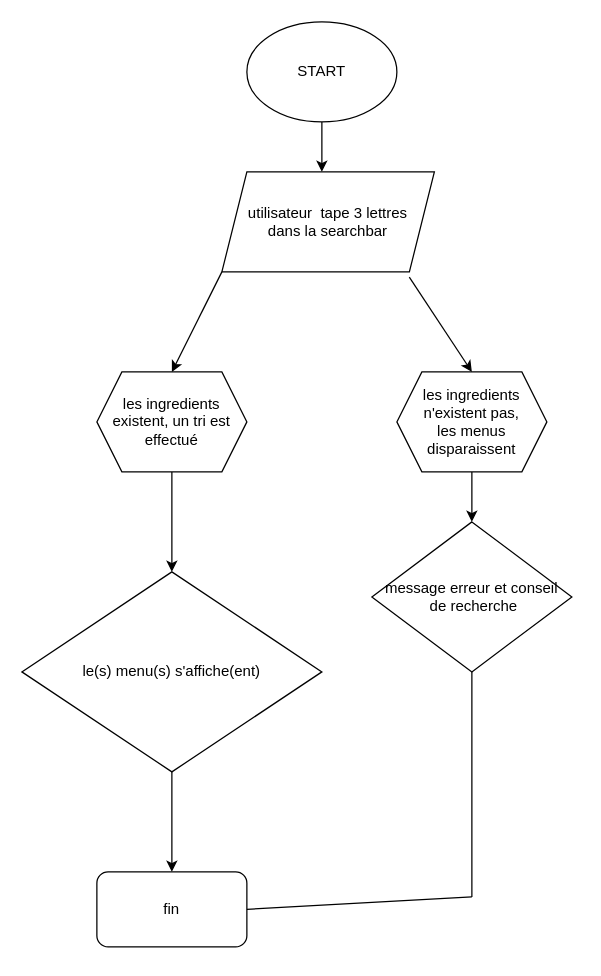
k2rDev75/test_les_petits_plats keeps this draw.io diagram as scripts/Algo.drawio. Above is the earlier version. Source tidied: cells renumbered, new cells numbered last; positions are measured from the earlier drawing's top-left corner, leaving out a move shared by most shapes. Both pictures are drawn from the tidied source at 125%, with x=0, y=0 at pixel (21, 21).
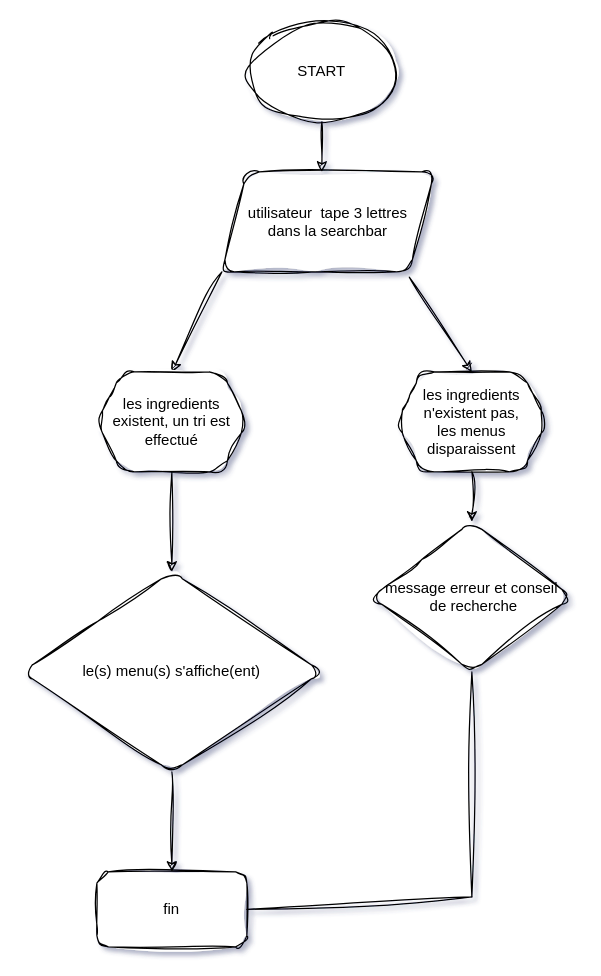
The same diagram, later.

Commit message (it also covers changes not shown here):
Ajout des commentaires dans le code algo 2

Change to the diagram source:
```diff
@@
-<mxGraphModel>
+<mxGraphModel shadow="1">
@@
-    <mxCell id="2" value="START" style="ellipse;whiteSpace=wrap;html=1;" parent="1" vertex="1">
+    <mxCell id="2" value="START" style="ellipse;whiteSpace=wrap;html=1;rounded=1;sketch=1;curveFitting=1;jiggle=2;" parent="1" vertex="1">
       <mxGeometry x="180" width="120" height="80" as="geometry" />
     </mxCell>
-    <mxCell id="3" style="endArrow=classic;html=1;exitX=0.5;exitY=1;exitDx=0;exitDy=0;" parent="1" edge="1" source="2">
+    <mxCell id="3" style="endArrow=classic;html=1;exitX=0.5;exitY=1;exitDx=0;exitDy=0;sketch=1;curveFitting=1;jiggle=2;rounded=1;" parent="1" edge="1" source="2">
       <mxGeometry relative="1" as="geometry">
         <mxPoint x="240" y="120" as="targetPoint" />
       </mxGeometry>
     </mxCell>
-    <mxCell id="4" value="utilisateur&amp;nbsp; tape 3 lettres&lt;br&gt;dans la searchbar" style="shape=parallelogram;perimeter=parallelogramPerimeter;whiteSpace=wrap;html=1;fixedSize=1;" parent="1" vertex="1">
+    <mxCell id="4" value="utilisateur&amp;nbsp; tape 3 lettres&lt;br&gt;dans la searchbar" style="shape=parallelogram;perimeter=parallelogramPerimeter;whiteSpace=wrap;html=1;fixedSize=1;rounded=1;sketch=1;curveFitting=1;jiggle=2;" parent="1" vertex="1">
       <mxGeometry x="160" y="120" width="170" height="80" as="geometry" />
     </mxCell>
-    <mxCell id="5" style="endArrow=classic;html=1;exitX=0;exitY=1;exitDx=0;exitDy=0;" parent="1" edge="1" source="4">
+    <mxCell id="5" style="endArrow=classic;html=1;exitX=0;exitY=1;exitDx=0;exitDy=0;sketch=1;curveFitting=1;jiggle=2;rounded=1;" parent="1" edge="1" source="4">
       <mxGeometry relative="1" as="geometry">
         <mxPoint x="120" y="280" as="targetPoint" />
       </mxGeometry>
     </mxCell>
-    <mxCell id="6" value="les ingredients existent, un tri est effectué" style="shape=hexagon;perimeter=hexagonPerimeter2;whiteSpace=wrap;html=1;fixedSize=1;" parent="1" vertex="1">
+    <mxCell id="6" value="les ingredients existent, un tri est effectué" style="shape=hexagon;perimeter=hexagonPerimeter2;whiteSpace=wrap;html=1;fixedSize=1;rounded=1;sketch=1;curveFitting=1;jiggle=2;" parent="1" vertex="1">
       <mxGeometry x="60" y="280" width="120" height="80" as="geometry" />
     </mxCell>
-    <mxCell id="7" style="endArrow=classic;html=1;exitX=0.882;exitY=1.053;exitDx=0;exitDy=0;exitPerimeter=0;" parent="1" edge="1" source="4">
+    <mxCell id="7" style="endArrow=classic;html=1;exitX=0.882;exitY=1.053;exitDx=0;exitDy=0;exitPerimeter=0;sketch=1;curveFitting=1;jiggle=2;rounded=1;" parent="1" edge="1" source="4">
       <mxGeometry relative="1" as="geometry">
         <mxPoint x="360" y="280" as="targetPoint" />
       </mxGeometry>
     </mxCell>
-    <mxCell id="8" value="les ingredients n'existent pas,&lt;br&gt;les menus disparaissent" style="shape=hexagon;perimeter=hexagonPerimeter2;whiteSpace=wrap;html=1;fixedSize=1;" parent="1" vertex="1">
+    <mxCell id="8" value="les ingredients n'existent pas,&lt;br&gt;les menus disparaissent" style="shape=hexagon;perimeter=hexagonPerimeter2;whiteSpace=wrap;html=1;fixedSize=1;rounded=1;sketch=1;curveFitting=1;jiggle=2;" parent="1" vertex="1">
       <mxGeometry x="300" y="280" width="120" height="80" as="geometry" />
     </mxCell>
-    <mxCell id="9" style="endArrow=classic;html=1;exitX=0.5;exitY=1;exitDx=0;exitDy=0;" parent="1" edge="1" source="8" target="10">
+    <mxCell id="9" style="endArrow=classic;html=1;exitX=0.5;exitY=1;exitDx=0;exitDy=0;sketch=1;curveFitting=1;jiggle=2;rounded=1;" parent="1" edge="1" source="8" target="10">
       <mxGeometry relative="1" as="geometry" />
     </mxCell>
-    <mxCell id="10" value="message erreur et conseil&lt;br&gt;&amp;nbsp;de recherche" style="rhombus;whiteSpace=wrap;html=1;" parent="1" vertex="1">
+    <mxCell id="10" value="message erreur et conseil&lt;br&gt;&amp;nbsp;de recherche" style="rhombus;whiteSpace=wrap;html=1;rounded=1;sketch=1;curveFitting=1;jiggle=2;" parent="1" vertex="1">
       <mxGeometry x="280" y="400" width="160" height="120" as="geometry" />
     </mxCell>
-    <mxCell id="11" style="endArrow=classic;html=1;exitX=0.5;exitY=1;exitDx=0;exitDy=0;" parent="1" edge="1" source="6">
+    <mxCell id="11" style="endArrow=classic;html=1;exitX=0.5;exitY=1;exitDx=0;exitDy=0;sketch=1;curveFitting=1;jiggle=2;rounded=1;" parent="1" edge="1" source="6">
       <mxGeometry relative="1" as="geometry">
         <mxPoint x="120" y="440" as="targetPoint" />
       </mxGeometry>
     </mxCell>
-    <mxCell id="12" value="le(s) menu(s) s'affiche(ent)&lt;br&gt;" style="rhombus;whiteSpace=wrap;html=1;" parent="1" vertex="1">
+    <mxCell id="12" value="le(s) menu(s) s'affiche(ent)&lt;br&gt;" style="rhombus;whiteSpace=wrap;html=1;rounded=1;sketch=1;curveFitting=1;jiggle=2;" parent="1" vertex="1">
       <mxGeometry y="440" width="240" height="160" as="geometry" />
     </mxCell>
-    <mxCell id="13" style="endArrow=classic;html=1;exitX=0.5;exitY=1;exitDx=0;exitDy=0;" parent="1" edge="1" source="12">
+    <mxCell id="13" style="endArrow=classic;html=1;exitX=0.5;exitY=1;exitDx=0;exitDy=0;sketch=1;curveFitting=1;jiggle=2;rounded=1;" parent="1" edge="1" source="12">
       <mxGeometry relative="1" as="geometry">
         <mxPoint x="120" y="680" as="targetPoint" />
       </mxGeometry>
     </mxCell>
-    <mxCell id="14" value="fin" style="rounded=1;whiteSpace=wrap;html=1;" parent="1" vertex="1">
+    <mxCell id="14" value="fin" style="rounded=1;whiteSpace=wrap;html=1;sketch=1;curveFitting=1;jiggle=2;" parent="1" vertex="1">
       <mxGeometry x="60" y="680" width="120" height="60" as="geometry" />
     </mxCell>
-    <mxCell id="15" style="endArrow=none;html=1;exitX=0.5;exitY=1;exitDx=0;exitDy=0;" parent="1" edge="1" source="10">
+    <mxCell id="15" style="endArrow=none;html=1;exitX=0.5;exitY=1;exitDx=0;exitDy=0;sketch=1;curveFitting=1;jiggle=2;rounded=1;" parent="1" edge="1" source="10">
       <mxGeometry relative="1" as="geometry">
         <mxPoint x="360" y="700" as="targetPoint" />
       </mxGeometry>
     </mxCell>
-    <mxCell id="16" style="endArrow=none;html=1;entryX=1;entryY=0.5;entryDx=0;entryDy=0;" parent="1" edge="1" target="14">
+    <mxCell id="16" style="endArrow=none;html=1;entryX=1;entryY=0.5;entryDx=0;entryDy=0;sketch=1;curveFitting=1;jiggle=2;rounded=1;" parent="1" edge="1" target="14">
       <mxGeometry relative="1" as="geometry">
         <mxPoint x="360" y="700" as="sourcePoint" />
       </mxGeometry>
     </mxCell>
```
